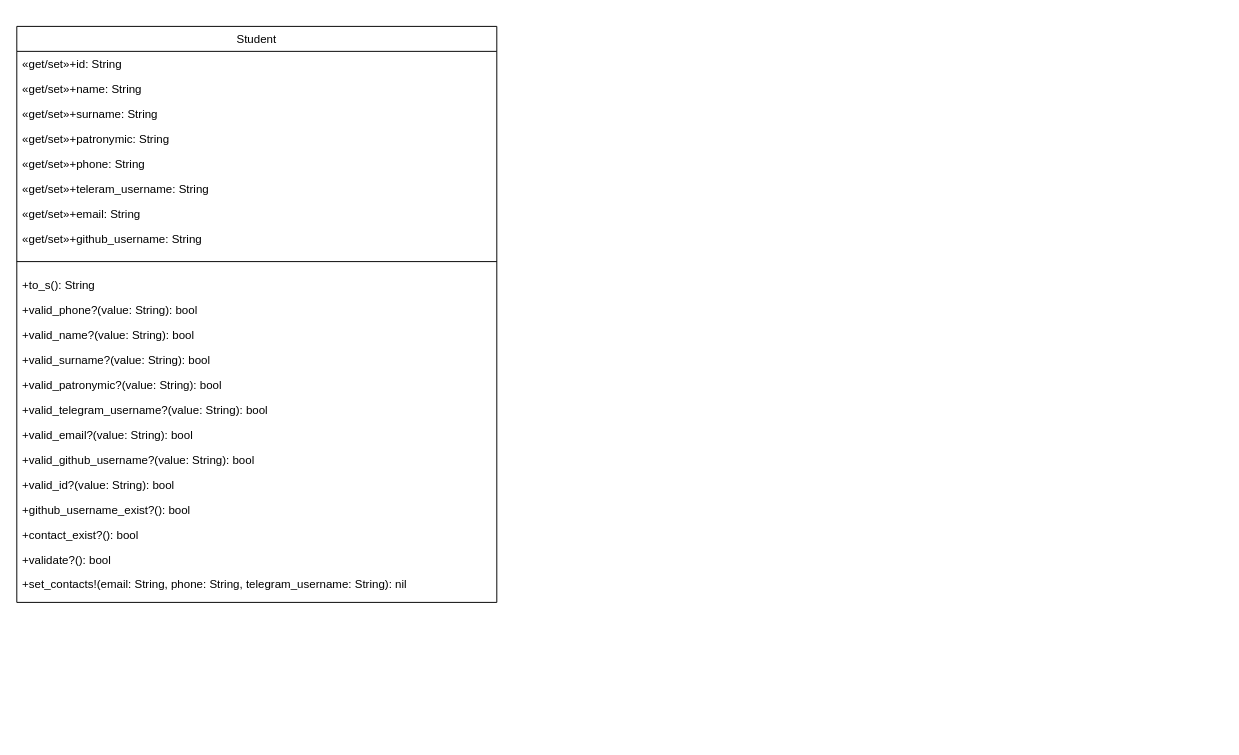
RedMaG02/ruby keeps this draw.io diagram as students_DB_ed_project/documentation/UML_class_diagram/students_DB_ed_project_class_diagram.drawio. Above is the earlier version. Source tidied: cells renumbered, new cells numbered last; positions are measured from the earlier drawing's top-left corner, leaving out a move shared by most shapes. Both pictures are drawn from the tidied source at 96%, with x=0, y=0 at pixel (16, 26).
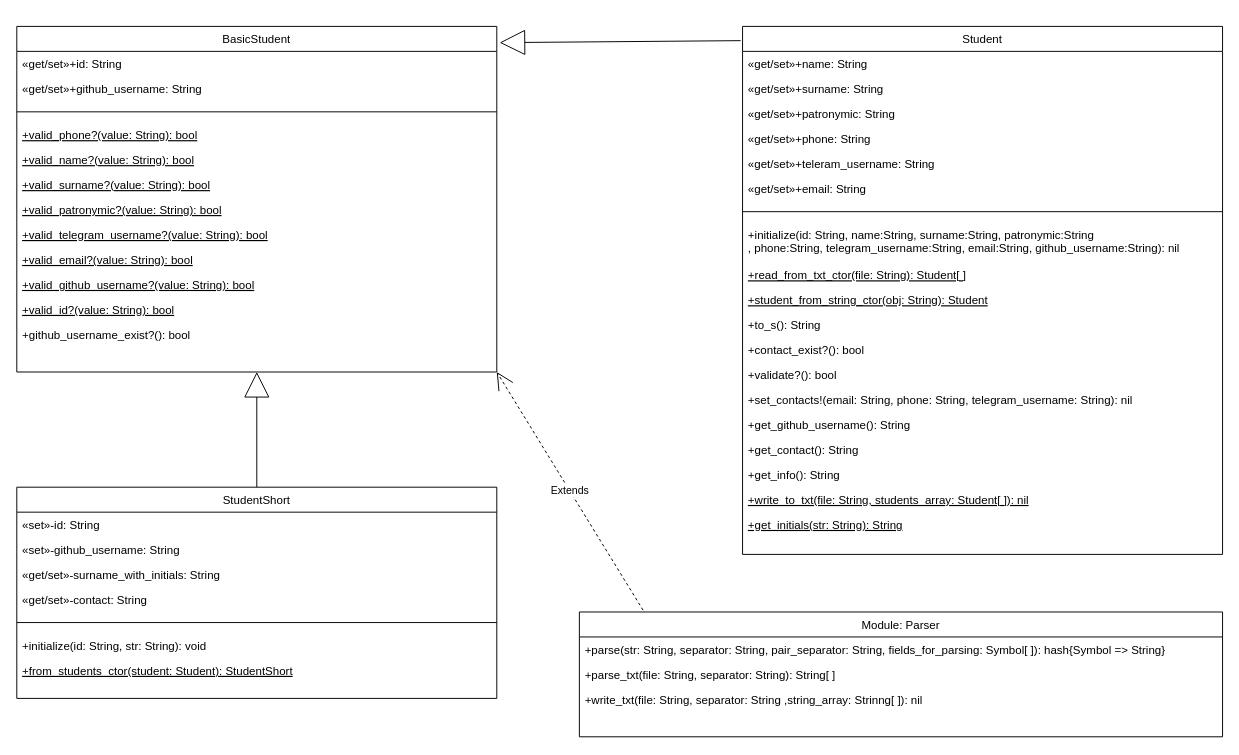
Above is the later version.

What changed in the source:
```diff
@@
-    <mxCell id="2" value="Student" style="swimlane;fontStyle=0;align=center;verticalAlign=top;horizontal=1;startSize=26;rounded=0;shadow=0;strokeWidth=1;" parent="1" vertex="1">
-      <mxGeometry width="500" height="600" as="geometry" />
+    <mxCell id="2" value="BasicStudent" style="swimlane;fontStyle=0;align=center;verticalAlign=top;horizontal=1;startSize=26;rounded=0;shadow=0;strokeWidth=1;swimlaneFillColor=default;" parent="1" vertex="1">
+      <mxGeometry width="500" height="360" as="geometry" />
     </mxCell>
@@
-    <mxCell id="4" value="«get/set»+name: String" style="text;align=left;verticalAlign=top;spacingLeft=4;spacingRight=4;overflow=hidden;rounded=0;shadow=0;html=0;" parent="2" vertex="1">
-      <mxGeometry y="52" width="500" height="26" as="geometry" />
-    </mxCell>
-    <mxCell id="5" value="«get/set»+surname: String" style="text;align=left;verticalAlign=top;spacingLeft=4;spacingRight=4;overflow=hidden;rounded=0;shadow=0;html=0;" parent="2" vertex="1">
-      <mxGeometry y="78" width="500" height="26" as="geometry" />
-    </mxCell>
-    <mxCell id="6" value="«get/set»+patronymic: String" style="text;align=left;verticalAlign=top;spacingLeft=4;spacingRight=4;overflow=hidden;rounded=0;shadow=0;html=0;" parent="2" vertex="1">
-      <mxGeometry y="104" width="500" height="26" as="geometry" />
-    </mxCell>
-    <mxCell id="7" value="«get/set»+phone: String" style="text;align=left;verticalAlign=top;spacingLeft=4;spacingRight=4;overflow=hidden;rounded=0;shadow=0;html=0;" parent="2" vertex="1">
-      <mxGeometry y="130" width="500" height="26" as="geometry" />
-    </mxCell>
-    <mxCell id="8" value="«get/set»+teleram_username: String" style="text;align=left;verticalAlign=top;spacingLeft=4;spacingRight=4;overflow=hidden;rounded=0;shadow=0;html=0;" parent="2" vertex="1">
-      <mxGeometry y="156" width="500" height="26" as="geometry" />
-    </mxCell>
-    <mxCell id="9" value="«get/set»+email: String" style="text;align=left;verticalAlign=top;spacingLeft=4;spacingRight=4;overflow=hidden;rounded=0;shadow=0;html=0;" parent="2" vertex="1">
-      <mxGeometry y="182" width="500" height="26" as="geometry" />
-    </mxCell>
     <mxCell id="10" value="«get/set»+github_username: String" style="text;align=left;verticalAlign=top;spacingLeft=4;spacingRight=4;overflow=hidden;rounded=0;shadow=0;html=0;" parent="2" vertex="1">
-      <mxGeometry y="208" width="500" height="26" as="geometry" />
+      <mxGeometry y="52" width="500" height="26" as="geometry" />
     </mxCell>
     <mxCell id="11" style="line;html=1;strokeWidth=1;align=left;verticalAlign=middle;spacingTop=-1;spacingLeft=3;spacingRight=3;labelPosition=right;" parent="2" vertex="1">
-      <mxGeometry y="234" width="500" height="22" as="geometry" />
+      <mxGeometry y="78" width="500" height="22" as="geometry" />
     </mxCell>
-    <mxCell id="12" value="+to_s(): String" style="text;align=left;verticalAlign=top;spacingLeft=4;spacingRight=4;overflow=hidden;" parent="2" vertex="1">
-      <mxGeometry y="256" width="500" height="26" as="geometry" />
-    </mxCell>
-    <mxCell id="13" value="+valid_phone?(value: String): bool" style="text;align=left;verticalAlign=top;spacingLeft=4;spacingRight=4;overflow=hidden;" parent="2" vertex="1">
-      <mxGeometry y="282" width="500" height="26" as="geometry" />
+    <mxCell id="13" value="+valid_phone?(value: String): bool" style="text;align=left;verticalAlign=top;spacingLeft=4;spacingRight=4;overflow=hidden;fontStyle=4;" parent="2" vertex="1">
+      <mxGeometry y="100" width="500" height="26" as="geometry" />
     </mxCell>
-    <mxCell id="14" value="+valid_name?(value: String): bool" style="text;align=left;verticalAlign=top;spacingLeft=4;spacingRight=4;overflow=hidden;" parent="2" vertex="1">
-      <mxGeometry y="308" width="500" height="26" as="geometry" />
+    <mxCell id="14" value="+valid_name?(value: String): bool" style="text;align=left;verticalAlign=top;spacingLeft=4;spacingRight=4;overflow=hidden;fontStyle=4;" parent="2" vertex="1">
+      <mxGeometry y="126" width="500" height="26" as="geometry" />
     </mxCell>
-    <mxCell id="15" value="+valid_surname?(value: String): bool" style="text;align=left;verticalAlign=top;spacingLeft=4;spacingRight=4;overflow=hidden;" parent="2" vertex="1">
-      <mxGeometry y="334" width="500" height="26" as="geometry" />
+    <mxCell id="15" value="+valid_surname?(value: String): bool" style="text;align=left;verticalAlign=top;spacingLeft=4;spacingRight=4;overflow=hidden;fontStyle=4;" parent="2" vertex="1">
+      <mxGeometry y="152" width="500" height="26" as="geometry" />
     </mxCell>
-    <mxCell id="16" value="+valid_patronymic?(value: String): bool" style="text;align=left;verticalAlign=top;spacingLeft=4;spacingRight=4;overflow=hidden;" parent="2" vertex="1">
-      <mxGeometry y="360" width="500" height="26" as="geometry" />
+    <mxCell id="16" value="+valid_patronymic?(value: String): bool" style="text;align=left;verticalAlign=top;spacingLeft=4;spacingRight=4;overflow=hidden;fontStyle=4;" parent="2" vertex="1">
+      <mxGeometry y="178" width="500" height="26" as="geometry" />
     </mxCell>
-    <mxCell id="17" value="+valid_telegram_username?(value: String): bool" style="text;align=left;verticalAlign=top;spacingLeft=4;spacingRight=4;overflow=hidden;" parent="2" vertex="1">
-      <mxGeometry y="386" width="500" height="26" as="geometry" />
+    <mxCell id="17" value="+valid_telegram_username?(value: String): bool" style="text;align=left;verticalAlign=top;spacingLeft=4;spacingRight=4;overflow=hidden;fontStyle=4;" parent="2" vertex="1">
+      <mxGeometry y="204" width="500" height="26" as="geometry" />
     </mxCell>
-    <mxCell id="18" value="+valid_email?(value: String): bool" style="text;align=left;verticalAlign=top;spacingLeft=4;spacingRight=4;overflow=hidden;" parent="2" vertex="1">
-      <mxGeometry y="412" width="500" height="26" as="geometry" />
+    <mxCell id="18" value="+valid_email?(value: String): bool" style="text;align=left;verticalAlign=top;spacingLeft=4;spacingRight=4;overflow=hidden;fontStyle=4;" parent="2" vertex="1">
+      <mxGeometry y="230" width="500" height="26" as="geometry" />
     </mxCell>
-    <mxCell id="19" value="+valid_github_username?(value: String): bool" style="text;align=left;verticalAlign=top;spacingLeft=4;spacingRight=4;overflow=hidden;" parent="2" vertex="1">
-      <mxGeometry y="438" width="500" height="26" as="geometry" />
+    <mxCell id="19" value="+valid_github_username?(value: String): bool" style="text;align=left;verticalAlign=top;spacingLeft=4;spacingRight=4;overflow=hidden;fontStyle=4;" parent="2" vertex="1">
+      <mxGeometry y="256" width="500" height="26" as="geometry" />
     </mxCell>
-    <mxCell id="20" value="+valid_id?(value: String): bool" style="text;align=left;verticalAlign=top;spacingLeft=4;spacingRight=4;overflow=hidden;" parent="2" vertex="1">
-      <mxGeometry y="464" width="500" height="26" as="geometry" />
+    <mxCell id="20" value="+valid_id?(value: String): bool" style="text;align=left;verticalAlign=top;spacingLeft=4;spacingRight=4;overflow=hidden;fontStyle=4;" parent="2" vertex="1">
+      <mxGeometry y="282" width="500" height="26" as="geometry" />
     </mxCell>
     <mxCell id="21" value="+github_username_exist?(): bool" style="text;align=left;verticalAlign=top;spacingLeft=4;spacingRight=4;overflow=hidden;" parent="2" vertex="1">
-      <mxGeometry y="490" width="500" height="26" as="geometry" />
+      <mxGeometry y="308" width="500" height="26" as="geometry" />
     </mxCell>
+    <mxCell id="25" value="Student" style="swimlane;fontStyle=0;align=center;verticalAlign=top;horizontal=1;startSize=26;rounded=0;shadow=0;strokeWidth=1;swimlaneFillColor=default;" parent="1" vertex="1">
+      <mxGeometry x="756" width="500" height="550" as="geometry" />
+    </mxCell>
+    <mxCell id="4" value="«get/set»+name: String" style="text;align=left;verticalAlign=top;spacingLeft=4;spacingRight=4;overflow=hidden;rounded=0;shadow=0;html=0;" parent="25" vertex="1">
+      <mxGeometry y="26" width="500" height="26" as="geometry" />
+    </mxCell>
+    <mxCell id="5" value="«get/set»+surname: String" style="text;align=left;verticalAlign=top;spacingLeft=4;spacingRight=4;overflow=hidden;rounded=0;shadow=0;html=0;" parent="25" vertex="1">
+      <mxGeometry y="52" width="500" height="26" as="geometry" />
+    </mxCell>
+    <mxCell id="6" value="«get/set»+patronymic: String" style="text;align=left;verticalAlign=top;spacingLeft=4;spacingRight=4;overflow=hidden;rounded=0;shadow=0;html=0;" parent="25" vertex="1">
+      <mxGeometry y="78" width="500" height="26" as="geometry" />
+    </mxCell>
+    <mxCell id="7" value="«get/set»+phone: String" style="text;align=left;verticalAlign=top;spacingLeft=4;spacingRight=4;overflow=hidden;rounded=0;shadow=0;html=0;" parent="25" vertex="1">
+      <mxGeometry y="104" width="500" height="26" as="geometry" />
+    </mxCell>
+    <mxCell id="8" value="«get/set»+teleram_username: String" style="text;align=left;verticalAlign=top;spacingLeft=4;spacingRight=4;overflow=hidden;rounded=0;shadow=0;html=0;" parent="25" vertex="1">
+      <mxGeometry y="130" width="500" height="26" as="geometry" />
+    </mxCell>
+    <mxCell id="9" value="«get/set»+email: String" style="text;align=left;verticalAlign=top;spacingLeft=4;spacingRight=4;overflow=hidden;rounded=0;shadow=0;html=0;" parent="25" vertex="1">
+      <mxGeometry y="156" width="500" height="26" as="geometry" />
+    </mxCell>
+    <mxCell id="26" style="line;html=1;strokeWidth=1;align=left;verticalAlign=middle;spacingTop=-1;spacingLeft=3;spacingRight=3;labelPosition=right;" parent="25" vertex="1">
+      <mxGeometry y="182" width="500" height="22" as="geometry" />
+    </mxCell>
+    <mxCell id="27" value="+initialize(id: String, name:String, surname:String, patronymic:String&#10;, phone:String, telegram_username:String, email:String, github_username:String): nil" style="text;align=left;verticalAlign=top;spacingLeft=4;spacingRight=4;overflow=hidden;" parent="25" vertex="1">
+      <mxGeometry y="204" width="500" height="42" as="geometry" />
+    </mxCell>
+    <mxCell id="28" value="+read_from_txt_ctor(file: String): Student[ ]" style="text;align=left;verticalAlign=top;spacingLeft=4;spacingRight=4;overflow=hidden;fontStyle=4;" parent="25" vertex="1">
+      <mxGeometry y="246" width="500" height="26" as="geometry" />
+    </mxCell>
+    <mxCell id="29" value="+student_from_string_ctor(obj: String): Student" style="text;align=left;verticalAlign=top;spacingLeft=4;spacingRight=4;overflow=hidden;fontStyle=4;" parent="25" vertex="1">
+      <mxGeometry y="272" width="500" height="26" as="geometry" />
+    </mxCell>
+    <mxCell id="12" value="+to_s(): String" style="text;align=left;verticalAlign=top;spacingLeft=4;spacingRight=4;overflow=hidden;" parent="25" vertex="1">
+      <mxGeometry y="298" width="500" height="26" as="geometry" />
+    </mxCell>
-    <mxCell id="22" value="+contact_exist?(): bool" style="text;align=left;verticalAlign=top;spacingLeft=4;spacingRight=4;overflow=hidden;" parent="2" vertex="1">
-      <mxGeometry y="516" width="500" height="26" as="geometry" />
+    <mxCell id="22" value="+contact_exist?(): bool" style="text;align=left;verticalAlign=top;spacingLeft=4;spacingRight=4;overflow=hidden;" parent="25" vertex="1">
+      <mxGeometry y="324" width="500" height="26" as="geometry" />
     </mxCell>
-    <mxCell id="23" value="+validate?(): bool" style="text;align=left;verticalAlign=top;spacingLeft=4;spacingRight=4;overflow=hidden;" parent="2" vertex="1">
-      <mxGeometry y="542" width="500" height="26" as="geometry" />
+    <mxCell id="23" value="+validate?(): bool" style="text;align=left;verticalAlign=top;spacingLeft=4;spacingRight=4;overflow=hidden;" parent="25" vertex="1">
+      <mxGeometry y="350" width="500" height="26" as="geometry" />
     </mxCell>
-    <mxCell id="24" value="+set_contacts!(email: String, phone: String, telegram_username: String): nil" style="text;align=left;verticalAlign=top;spacingLeft=4;spacingRight=4;overflow=hidden;" parent="2" vertex="1">
-      <mxGeometry y="568" width="500" height="26" as="geometry" />
+    <mxCell id="24" value="+set_contacts!(email: String, phone: String, telegram_username: String): nil" style="text;align=left;verticalAlign=top;spacingLeft=4;spacingRight=4;overflow=hidden;" parent="25" vertex="1">
+      <mxGeometry y="376" width="500" height="26" as="geometry" />
     </mxCell>
+    <mxCell id="30" value="+get_github_username(): String" style="text;align=left;verticalAlign=top;spacingLeft=4;spacingRight=4;overflow=hidden;fontStyle=0;" parent="25" vertex="1">
+      <mxGeometry y="402" width="500" height="26" as="geometry" />
+    </mxCell>
+    <mxCell id="31" value="+get_contact(): String" style="text;align=left;verticalAlign=top;spacingLeft=4;spacingRight=4;overflow=hidden;fontStyle=0;" parent="25" vertex="1">
+      <mxGeometry y="428" width="500" height="26" as="geometry" />
+    </mxCell>
+    <mxCell id="32" value="+get_info(): String" style="text;align=left;verticalAlign=top;spacingLeft=4;spacingRight=4;overflow=hidden;fontStyle=0;" parent="25" vertex="1">
+      <mxGeometry y="454" width="500" height="26" as="geometry" />
+    </mxCell>
+    <mxCell id="33" value="+write_to_txt(file: String, students_array: Student[ ]): nil" style="text;align=left;verticalAlign=top;spacingLeft=4;spacingRight=4;overflow=hidden;fontStyle=4;" parent="25" vertex="1">
+      <mxGeometry y="480" width="500" height="26" as="geometry" />
+    </mxCell>
+    <mxCell id="34" value="+get_initials(str: String): String" style="text;align=left;verticalAlign=top;spacingLeft=4;spacingRight=4;overflow=hidden;fontStyle=4;" parent="25" vertex="1">
+      <mxGeometry y="506" width="500" height="26" as="geometry" />
+    </mxCell>
+    <mxCell id="35" value="StudentShort" style="swimlane;fontStyle=0;align=center;verticalAlign=top;horizontal=1;startSize=26;rounded=0;shadow=0;strokeWidth=1;swimlaneFillColor=default;" parent="1" vertex="1">
+      <mxGeometry y="480" width="500" height="220" as="geometry" />
+    </mxCell>
+    <mxCell id="36" value="«set»-id: String" style="text;align=left;verticalAlign=top;spacingLeft=4;spacingRight=4;overflow=hidden;" parent="35" vertex="1">
+      <mxGeometry y="26" width="500" height="26" as="geometry" />
+    </mxCell>
+    <mxCell id="37" value="«set»-github_username: String" style="text;align=left;verticalAlign=top;spacingLeft=4;spacingRight=4;overflow=hidden;rounded=0;shadow=0;html=0;" parent="35" vertex="1">
+      <mxGeometry y="52" width="500" height="26" as="geometry" />
+    </mxCell>
+    <mxCell id="38" value="«get/set»-surname_with_initials: String" style="text;align=left;verticalAlign=top;spacingLeft=4;spacingRight=4;overflow=hidden;rounded=0;shadow=0;html=0;" parent="35" vertex="1">
+      <mxGeometry y="78" width="500" height="26" as="geometry" />
+    </mxCell>
+    <mxCell id="39" value="«get/set»-contact: String" style="text;align=left;verticalAlign=top;spacingLeft=4;spacingRight=4;overflow=hidden;rounded=0;shadow=0;html=0;" parent="35" vertex="1">
+      <mxGeometry y="104" width="500" height="26" as="geometry" />
+    </mxCell>
+    <mxCell id="40" style="line;html=1;strokeWidth=1;align=left;verticalAlign=middle;spacingTop=-1;spacingLeft=3;spacingRight=3;labelPosition=right;" parent="35" vertex="1">
+      <mxGeometry y="130" width="500" height="22" as="geometry" />
+    </mxCell>
+    <mxCell id="41" value="+initialize(id: String, str: String): void" style="text;align=left;verticalAlign=top;spacingLeft=4;spacingRight=4;overflow=hidden;" parent="35" vertex="1">
+      <mxGeometry y="152" width="500" height="26" as="geometry" />
+    </mxCell>
+    <mxCell id="42" value="+from_students_ctor(student: Student): StudentShort" style="text;align=left;verticalAlign=top;spacingLeft=4;spacingRight=4;overflow=hidden;fontStyle=4;" parent="35" vertex="1">
+      <mxGeometry y="178" width="500" height="26" as="geometry" />
+    </mxCell>
+    <mxCell id="43" style="endArrow=block;endFill=0;endSize=24;html=1;rounded=0;entryX=1.006;entryY=0.047;entryDx=0;entryDy=0;exitX=-0.004;exitY=0.027;exitDx=0;exitDy=0;exitPerimeter=0;entryPerimeter=0;" parent="1" edge="1" source="25" target="2">
+      <mxGeometry relative="1" as="geometry" />
+    </mxCell>
+    <mxCell id="44" style="endArrow=block;endFill=0;endSize=24;html=1;rounded=0;exitX=0.5;exitY=0;exitDx=0;exitDy=0;entryX=0.5;entryY=1;entryDx=0;entryDy=0;" parent="1" edge="1" source="35" target="2">
+      <mxGeometry relative="1" as="geometry" />
+    </mxCell>
+    <mxCell id="45" value="Module: Parser" style="swimlane;fontStyle=0;align=center;verticalAlign=top;horizontal=1;startSize=26;rounded=0;shadow=0;strokeWidth=1;swimlaneFillColor=default;" parent="1" vertex="1">
+      <mxGeometry x="586" y="610" width="670" height="130" as="geometry" />
+    </mxCell>
+    <mxCell id="46" value="+parse(str: String, separator: String, pair_separator: String, fields_for_parsing: Symbol[ ]): hash{Symbol =&gt; String}" style="text;align=left;verticalAlign=top;spacingLeft=4;spacingRight=4;overflow=hidden;" parent="45" vertex="1">
+      <mxGeometry y="26" width="670" height="26" as="geometry" />
+    </mxCell>
+    <mxCell id="47" value="+parse_txt(file: String, separator: String): String[ ]" style="text;align=left;verticalAlign=top;spacingLeft=4;spacingRight=4;overflow=hidden;" parent="45" vertex="1">
+      <mxGeometry y="52" width="670" height="26" as="geometry" />
+    </mxCell>
+    <mxCell id="48" value="+write_txt(file: String, separator: String ,string_array: Strinng[ ]): nil" style="text;align=left;verticalAlign=top;spacingLeft=4;spacingRight=4;overflow=hidden;" parent="45" vertex="1">
+      <mxGeometry y="78" width="670" height="26" as="geometry" />
+    </mxCell>
+    <mxCell id="49" value="Extends" style="endArrow=open;endSize=16;endFill=0;html=1;rounded=0;entryX=1;entryY=1;entryDx=0;entryDy=0;exitX=0.099;exitY=-0.015;exitDx=0;exitDy=0;exitPerimeter=0;dashed=1;" parent="1" edge="1" source="45" target="2">
+      <mxGeometry relative="1" as="geometry" />
+    </mxCell>
```
